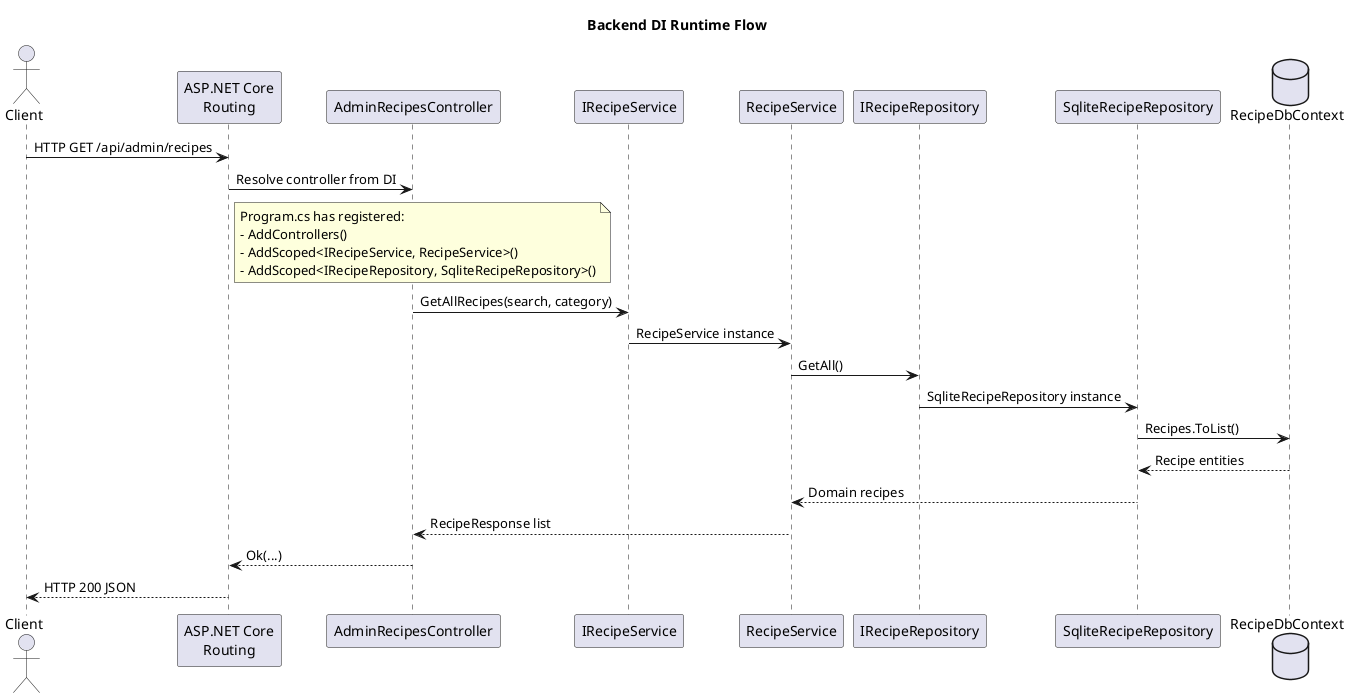
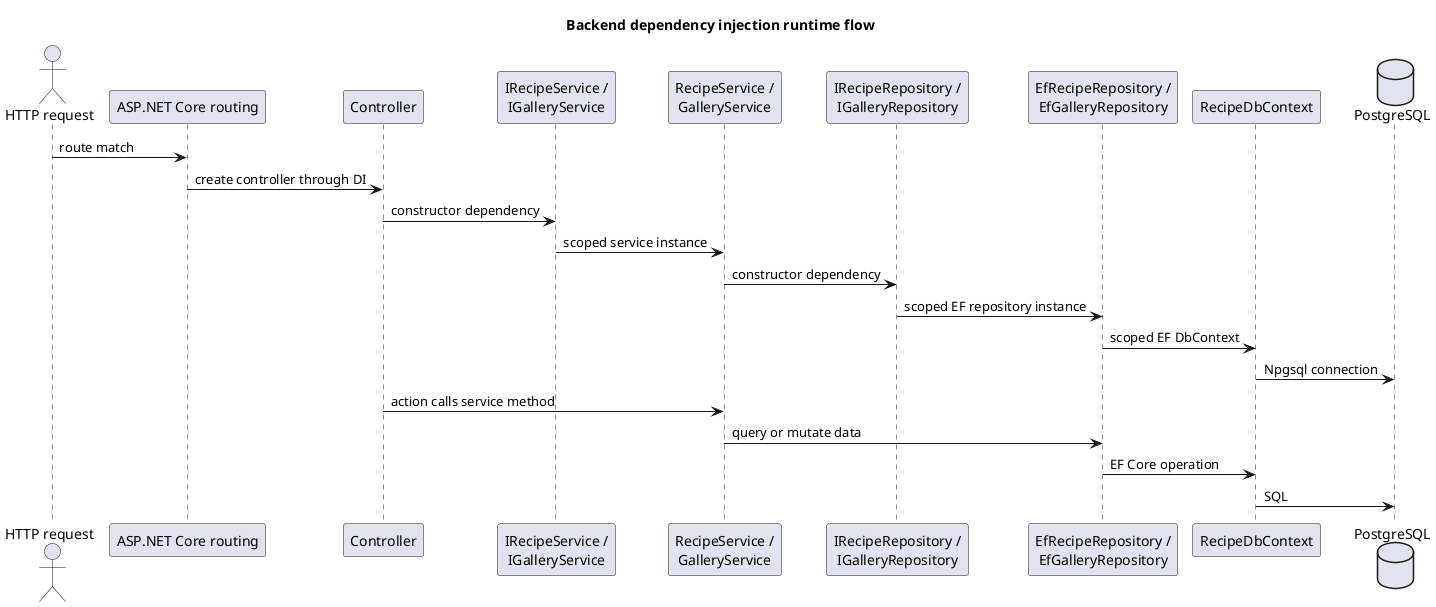
- @startuml
- title Backend DI Runtime Flow
+ @startuml Backend DI runtime flow

- actor Client
- participant "ASP.NET Core\nRouting" as Routing
- participant "AdminRecipesController" as Controller
- participant "IRecipeService" as IService
- participant "RecipeService" as Service
- participant "IRecipeRepository" as IRepository
- participant "SqliteRecipeRepository" as Repository
- database "RecipeDbContext" as DbContext
+ title Backend dependency injection runtime flow

- Client -> Routing: HTTP GET /api/admin/recipes
- Routing -> Controller: Resolve controller from DI
- note right of Routing
- Program.cs has registered:
- - AddControllers()
- - AddScoped<IRecipeService, RecipeService>()
- - AddScoped<IRecipeRepository, SqliteRecipeRepository>()
- end note
+ actor "HTTP request" as Request
+ participant "ASP.NET Core routing" as Routing
+ participant "Controller" as Controller
+ participant "IRecipeService /\nIGalleryService" as IService
+ participant "RecipeService /\nGalleryService" as Service
+ participant "IRecipeRepository /\nIGalleryRepository" as IRepository
+ participant "EfRecipeRepository /\nEfGalleryRepository" as Repository
+ participant "RecipeDbContext" as DbContext
+ database "PostgreSQL" as Postgres

- Controller -> IService: GetAllRecipes(search, category)
- IService -> Service: RecipeService instance
- Service -> IRepository: GetAll()
- IRepository -> Repository: SqliteRecipeRepository instance
- Repository -> DbContext: Recipes.ToList()
- DbContext --> Repository: Recipe entities
- Repository --> Service: Domain recipes
- Service --> Controller: RecipeResponse list
- Controller --> Routing: Ok(...)
- Routing --> Client: HTTP 200 JSON
+ Request -> Routing : route match
+ Routing -> Controller : create controller through DI
+ Controller -> IService : constructor dependency
+ IService -> Service : scoped service instance
+ Service -> IRepository : constructor dependency
+ IRepository -> Repository : scoped EF repository instance
+ Repository -> DbContext : scoped EF DbContext
+ DbContext -> Postgres : Npgsql connection
+ 
+ Controller -> Service : action calls service method
+ Service -> Repository : query or mutate data
+ Repository -> DbContext : EF Core operation
+ DbContext -> Postgres : SQL

@enduml
